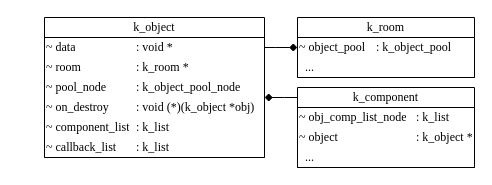
Earlier version of the draw.io diagram page "对象" (9 of 19) of k_game/docs/drawio/k_game.drawio (szdxdxdx/k_game). Source tidied: cells renumbered, new cells numbered last; positions are measured from the earlier drawing's top-left corner, leaving out a move shared by most shapes. Both pictures are drawn from the tidied source at 100%, with x=0, y=0 at pixel (44, 17).
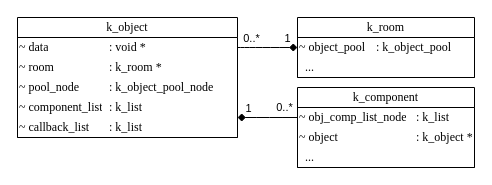
The same page after the edit.

Unchanged cells that the change refers to:
```xml
<mxCell id="22" value="&lt;font&gt;k_room&lt;/font&gt;" style="swimlane;fontStyle=0;horizontal=1;startSize=20;fillColor=#FFFFFF;whiteSpace=wrap;html=1;labelBackgroundColor=default;fontFamily=Times New Roman;" parent="1" vertex="1">
  <mxGeometry x="253" width="177" height="60" as="geometry" />
</mxCell>
<mxCell id="31" value="&lt;font&gt;k_component&lt;/font&gt;" style="swimlane;fontStyle=0;horizontal=1;startSize=20;fillColor=#FFFFFF;whiteSpace=wrap;html=1;labelBackgroundColor=default;fontFamily=Times New Roman;" parent="1" vertex="1">
  <mxGeometry x="253" y="70" width="177" height="80" as="geometry" />
</mxCell>
```

What changed in the source:
```diff
@@
     <mxCell id="2" value="&lt;font&gt;k_object&lt;/font&gt;" style="swimlane;fontStyle=0;horizontal=1;startSize=20;fillColor=#FFFFFF;whiteSpace=wrap;html=1;labelBackgroundColor=default;fontFamily=Times New Roman;" parent="1" vertex="1">
-      <mxGeometry width="220" height="140" as="geometry" />
+      <mxGeometry x="-27" width="220" height="120" as="geometry" />
     </mxCell>
     <mxCell id="3" style="shape=table;html=1;whiteSpace=wrap;startSize=0;childLayout=tableLayout;columnLines=0;rowLines=0;fontSize=16;strokeColor=default;align=left;fontFamily=Times New Roman;" parent="2" vertex="1">
-      <mxGeometry y="20" width="220" height="120" as="geometry" />
+      <mxGeometry y="20" width="220" height="100" as="geometry" />
     </mxCell>
@@
-    <mxCell id="13" style="shape=tableRow;horizontal=0;startSize=0;swimlaneHead=0;swimlaneBody=0;top=0;left=0;bottom=0;right=0;fillColor=none;fontSize=16;strokeColor=inherit;fontFamily=Times New Roman;" parent="3" vertex="1">
-      <mxGeometry y="60" width="220" height="20" as="geometry" />
-    </mxCell>
-    <mxCell id="14" value="~ on_destroy" style="shape=partialRectangle;html=1;whiteSpace=wrap;fillColor=none;top=0;left=0;bottom=0;right=0;overflow=hidden;fontSize=12;strokeColor=inherit;align=left;fontFamily=Times New Roman;" parent="13" vertex="1">
-      <mxGeometry width="90" height="20" as="geometry" />
-    </mxCell>
-    <mxCell id="15" value=": void (*)(k_object *obj)" style="shape=partialRectangle;html=1;whiteSpace=wrap;fillColor=none;top=0;left=0;bottom=0;right=0;overflow=hidden;fontSize=12;strokeColor=inherit;align=left;fontFamily=Times New Roman;" parent="13" vertex="1">
-      <mxGeometry x="90" width="130" height="20" as="geometry" />
-    </mxCell>
     <mxCell id="16" style="shape=tableRow;horizontal=0;startSize=0;swimlaneHead=0;swimlaneBody=0;top=0;left=0;bottom=0;right=0;fillColor=none;fontSize=16;strokeColor=inherit;fontFamily=Times New Roman;" parent="3" vertex="1">
-      <mxGeometry y="80" width="220" height="20" as="geometry" />
+      <mxGeometry y="60" width="220" height="20" as="geometry" />
     </mxCell>
@@
     <mxCell id="19" style="shape=tableRow;horizontal=0;startSize=0;swimlaneHead=0;swimlaneBody=0;top=0;left=0;bottom=0;right=0;fillColor=none;fontSize=16;strokeColor=inherit;fontFamily=Times New Roman;" parent="3" vertex="1">
-      <mxGeometry y="100" width="220" height="20" as="geometry" />
+      <mxGeometry y="80" width="220" height="20" as="geometry" />
     </mxCell>
@@
     <mxCell id="30" style="endArrow=diamond;html=1;rounded=0;endFill=1;edgeStyle=orthogonalEdgeStyle;curved=1;" parent="1" edge="1" source="2" target="22">
       <mxGeometry relative="1" as="geometry">
         <Array as="points">
-          <mxPoint x="230" y="30" />
-          <mxPoint x="230" y="30" />
+          <mxPoint x="203" y="30" />
+          <mxPoint x="203" y="30" />
         </Array>
       </mxGeometry>
     </mxCell>
+    <mxCell id="43" value="0..*" style="edgeLabel;html=1;align=center;verticalAlign=middle;" parent="30" vertex="1">
+      <mxGeometry x="-0.56" y="1" relative="1" as="geometry">
+        <mxPoint y="-9" as="offset" />
+      </mxGeometry>
+    </mxCell>
+    <mxCell id="44" value="1" style="edgeLabel;html=1;align=center;verticalAlign=middle;" parent="30" vertex="1">
+      <mxGeometry x="0.63" y="1" relative="1" as="geometry">
+        <mxPoint y="-9" as="offset" />
+      </mxGeometry>
+    </mxCell>
@@
     <mxCell id="42" style="endArrow=diamond;html=1;rounded=0;endFill=1;edgeStyle=orthogonalEdgeStyle;curved=1;" parent="1" edge="1" source="31" target="2">
       <mxGeometry relative="1" as="geometry">
         <Array as="points">
-          <mxPoint x="240" y="80" />
-          <mxPoint x="240" y="80" />
+          <mxPoint x="223" y="100" />
+          <mxPoint x="223" y="100" />
         </Array>
       </mxGeometry>
     </mxCell>
+    <mxCell id="45" value="1" style="edgeLabel;html=1;align=center;verticalAlign=middle;" parent="42" vertex="1">
+      <mxGeometry x="0.48" y="1" relative="1" as="geometry">
+        <mxPoint x="-6" y="-11" as="offset" />
+      </mxGeometry>
+    </mxCell>
+    <mxCell id="46" value="0..*" style="edgeLabel;html=1;align=center;verticalAlign=middle;" parent="42" vertex="1">
+      <mxGeometry x="-0.34" relative="1" as="geometry">
+        <mxPoint x="6" y="-11" as="offset" />
+      </mxGeometry>
+    </mxCell>
```
